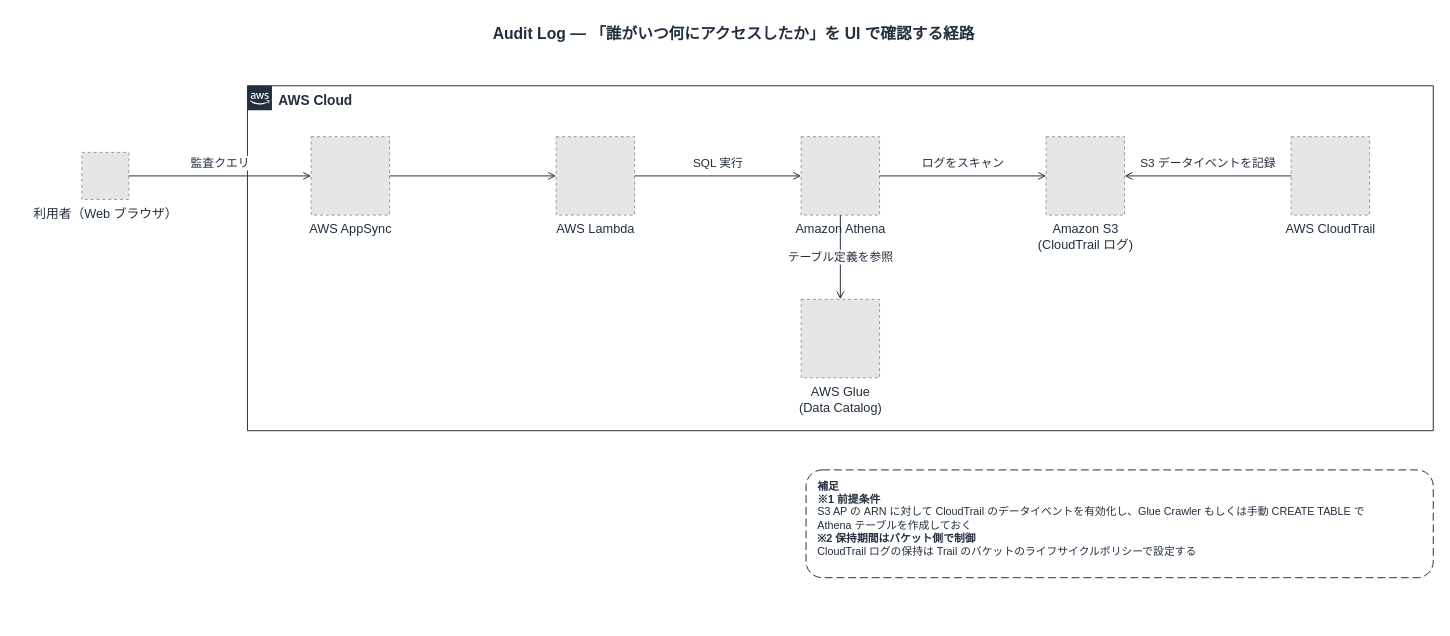
This is docs/diagrams/part2-audit-log-pipeline.drawio from Yoshiki0705/FSx-for-ONTAP-S3AccessPoints-Serverless-Patterns, a draw.io file, before an edit. Source tidied: cells renumbered, new cells numbered last; positions are measured from the earlier drawing's top-left corner, leaving out a move shared by most shapes. Both pictures are drawn from the tidied source at 98%, with x=0, y=0 at pixel (33, 17). Pictures stored in the file or linked from it are replaced by grey dashed boxes.
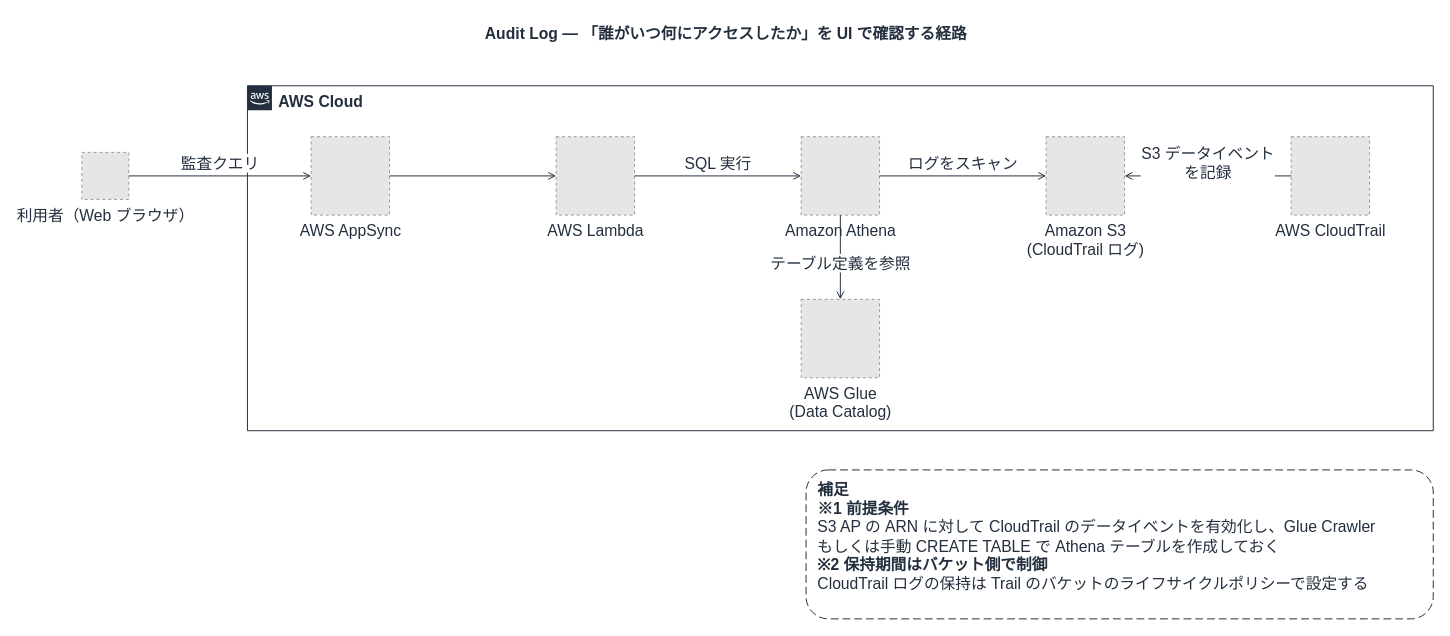
The same diagram, later.

The edit, as a diff of the source:
```diff
@@
     <mxCell id="2" value="Audit Log — 「誰がいつ何にアクセスしたか」を UI で確認する経路" style="text;html=1;align=center;verticalAlign=middle;fontSize=16;fontStyle=1;fontColor=#232F3E;" parent="1" vertex="1">
-      <mxGeometry width="1428" height="34" as="geometry" />
+      <mxGeometry x="-17" width="1445" height="34" as="geometry" />
     </mxCell>
-    <mxCell id="3" value="AWS Cloud" style="gradientColor=none;html=1;whiteSpace=wrap;fontSize=14;fontStyle=1;shape=mxgraph.aws4.group;grIcon=mxgraph.aws4.group_aws_cloud_alt;strokeColor=#232F3E;fillColor=none;verticalAlign=top;align=left;spacingLeft=30;fontColor=#232F3E;dashed=0;" parent="1" vertex="1">
+    <mxCell id="3" value="AWS Cloud" style="gradientColor=none;html=1;whiteSpace=wrap;fontSize=16;fontStyle=1;shape=mxgraph.aws4.group;grIcon=mxgraph.aws4.group_aws_cloud_alt;strokeColor=#232F3E;fillColor=none;verticalAlign=top;align=left;spacingLeft=30;fontColor=#232F3E;dashed=0;" parent="1" vertex="1">
       <mxGeometry x="218" y="70" width="1210" height="352" as="geometry" />
     </mxCell>
-    <mxCell id="4" value="利用者（Web ブラウザ）" style="fillColor=#E6E6E6;strokeColor=#999999;dashed=1;html=1;verticalLabelPosition=bottom;verticalAlign=top;labelPosition=center;align=center;fontSize=13;fontColor=#232F3E;" parent="1" vertex="1">
+    <mxCell id="4" value="利用者（Web ブラウザ）" style="fillColor=#E6E6E6;strokeColor=#999999;dashed=1;html=1;verticalLabelPosition=bottom;verticalAlign=top;labelPosition=center;align=center;fontSize=16;fontColor=#232F3E;" parent="1" vertex="1">
       <mxGeometry x="49" y="138" width="48" height="48" as="geometry" />
     </mxCell>
-    <mxCell id="5" value="AWS AppSync" style="fillColor=#E6E6E6;strokeColor=#999999;dashed=1;html=1;verticalLabelPosition=bottom;verticalAlign=top;labelPosition=center;align=center;fontSize=13;fontColor=#232F3E;" parent="1" vertex="1">
+    <mxCell id="5" value="AWS AppSync" style="fillColor=#E6E6E6;strokeColor=#999999;dashed=1;html=1;verticalLabelPosition=bottom;verticalAlign=top;labelPosition=center;align=center;fontSize=16;fontColor=#232F3E;" parent="1" vertex="1">
       <mxGeometry x="283" y="122" width="80" height="80" as="geometry" />
     </mxCell>
-    <mxCell id="6" value="AWS Lambda" style="fillColor=#E6E6E6;strokeColor=#999999;dashed=1;html=1;verticalLabelPosition=bottom;verticalAlign=top;labelPosition=center;align=center;fontSize=13;fontColor=#232F3E;" parent="1" vertex="1">
+    <mxCell id="6" value="AWS Lambda" style="fillColor=#E6E6E6;strokeColor=#999999;dashed=1;html=1;verticalLabelPosition=bottom;verticalAlign=top;labelPosition=center;align=center;fontSize=16;fontColor=#232F3E;" parent="1" vertex="1">
       <mxGeometry x="533" y="122" width="80" height="80" as="geometry" />
     </mxCell>
-    <mxCell id="7" value="Amazon Athena" style="fillColor=#E6E6E6;strokeColor=#999999;dashed=1;html=1;verticalLabelPosition=bottom;verticalAlign=top;labelPosition=center;align=center;fontSize=13;fontColor=#232F3E;" parent="1" vertex="1">
+    <mxCell id="7" value="Amazon Athena" style="fillColor=#E6E6E6;strokeColor=#999999;dashed=1;html=1;verticalLabelPosition=bottom;verticalAlign=top;labelPosition=center;align=center;fontSize=16;fontColor=#232F3E;" parent="1" vertex="1">
       <mxGeometry x="783" y="122" width="80" height="80" as="geometry" />
     </mxCell>
-    <mxCell id="8" value="AWS Glue&lt;br&gt;(Data Catalog)" style="fillColor=#E6E6E6;strokeColor=#999999;dashed=1;html=1;verticalLabelPosition=bottom;verticalAlign=top;labelPosition=center;align=center;fontSize=13;fontColor=#232F3E;" parent="1" vertex="1">
+    <mxCell id="8" value="AWS Glue&lt;br&gt;(Data Catalog)" style="fillColor=#E6E6E6;strokeColor=#999999;dashed=1;html=1;verticalLabelPosition=bottom;verticalAlign=top;labelPosition=center;align=center;fontSize=16;fontColor=#232F3E;" parent="1" vertex="1">
       <mxGeometry x="783" y="288" width="80" height="80" as="geometry" />
     </mxCell>
-    <mxCell id="9" value="Amazon S3&lt;br&gt;(CloudTrail ログ)" style="fillColor=#E6E6E6;strokeColor=#999999;dashed=1;html=1;verticalLabelPosition=bottom;verticalAlign=top;labelPosition=center;align=center;fontSize=13;fontColor=#232F3E;" parent="1" vertex="1">
+    <mxCell id="9" value="Amazon S3&lt;br&gt;(CloudTrail ログ)" style="fillColor=#E6E6E6;strokeColor=#999999;dashed=1;html=1;verticalLabelPosition=bottom;verticalAlign=top;labelPosition=center;align=center;fontSize=16;fontColor=#232F3E;" parent="1" vertex="1">
       <mxGeometry x="1033" y="122" width="80" height="80" as="geometry" />
     </mxCell>
-    <mxCell id="10" value="AWS CloudTrail" style="fillColor=#E6E6E6;strokeColor=#999999;dashed=1;html=1;verticalLabelPosition=bottom;verticalAlign=top;labelPosition=center;align=center;fontSize=13;fontColor=#232F3E;" parent="1" vertex="1">
+    <mxCell id="10" value="AWS CloudTrail" style="fillColor=#E6E6E6;strokeColor=#999999;dashed=1;html=1;verticalLabelPosition=bottom;verticalAlign=top;labelPosition=center;align=center;fontSize=16;fontColor=#232F3E;" parent="1" vertex="1">
       <mxGeometry x="1283" y="122" width="80" height="80" as="geometry" />
     </mxCell>
-    <mxCell id="11" value="監査クエリ" style="edgeStyle=orthogonalEdgeStyle;rounded=0;jettySize=auto;html=1;endArrow=open;endFill=0;strokeColor=#232F3E;strokeWidth=1;fontSize=12;fontColor=#232F3E;labelBackgroundColor=#ffffff;" parent="1" edge="1" source="4" target="5">
+    <mxCell id="11" value="監査クエリ" style="edgeStyle=orthogonalEdgeStyle;rounded=0;jettySize=auto;html=1;endArrow=open;endFill=0;strokeColor=#232F3E;strokeWidth=1;fontSize=16;fontColor=#232F3E;labelBackgroundColor=#ffffff;" parent="1" edge="1" source="4" target="5">
       <mxGeometry relative="1" as="geometry">
         <mxPoint y="-13" as="offset" />
       </mxGeometry>
     </mxCell>
-    <mxCell id="12" style="edgeStyle=orthogonalEdgeStyle;rounded=0;jettySize=auto;html=1;endArrow=open;endFill=0;strokeColor=#232F3E;strokeWidth=1;fontSize=12;fontColor=#232F3E;labelBackgroundColor=#ffffff;" parent="1" edge="1" source="5" target="6">
+    <mxCell id="12" style="edgeStyle=orthogonalEdgeStyle;rounded=0;jettySize=auto;html=1;endArrow=open;endFill=0;strokeColor=#232F3E;strokeWidth=1;fontSize=16;fontColor=#232F3E;labelBackgroundColor=#ffffff;" parent="1" edge="1" source="5" target="6">
       <mxGeometry relative="1" as="geometry" />
     </mxCell>
-    <mxCell id="13" value="SQL 実行" style="edgeStyle=orthogonalEdgeStyle;rounded=0;jettySize=auto;html=1;endArrow=open;endFill=0;strokeColor=#232F3E;strokeWidth=1;fontSize=12;fontColor=#232F3E;labelBackgroundColor=#ffffff;" parent="1" edge="1" source="6" target="7">
+    <mxCell id="13" value="SQL 実行" style="edgeStyle=orthogonalEdgeStyle;rounded=0;jettySize=auto;html=1;endArrow=open;endFill=0;strokeColor=#232F3E;strokeWidth=1;fontSize=16;fontColor=#232F3E;labelBackgroundColor=#ffffff;" parent="1" edge="1" source="6" target="7">
       <mxGeometry relative="1" as="geometry">
         <mxPoint y="-13" as="offset" />
       </mxGeometry>
     </mxCell>
-    <mxCell id="14" value="テーブル定義を参照" style="edgeStyle=orthogonalEdgeStyle;rounded=0;jettySize=auto;html=1;endArrow=open;endFill=0;strokeColor=#232F3E;strokeWidth=1;fontSize=12;fontColor=#232F3E;labelBackgroundColor=#ffffff;" parent="1" edge="1" source="7" target="8">
-      <mxGeometry relative="1" as="geometry" />
+    <mxCell id="14" value="テーブル定義を参照" style="edgeStyle=orthogonalEdgeStyle;rounded=0;jettySize=auto;html=1;endArrow=open;endFill=0;strokeColor=#232F3E;strokeWidth=1;fontSize=16;fontColor=#232F3E;labelBackgroundColor=#ffffff;" parent="1" edge="1" source="7" target="8">
+      <mxGeometry relative="1" as="geometry">
+        <mxPoint y="6" as="offset" />
+      </mxGeometry>
     </mxCell>
-    <mxCell id="15" value="ログをスキャン" style="edgeStyle=orthogonalEdgeStyle;rounded=0;jettySize=auto;html=1;endArrow=open;endFill=0;strokeColor=#232F3E;strokeWidth=1;fontSize=12;fontColor=#232F3E;labelBackgroundColor=#ffffff;" parent="1" edge="1" source="7" target="9">
+    <mxCell id="15" value="ログをスキャン" style="edgeStyle=orthogonalEdgeStyle;rounded=0;jettySize=auto;html=1;endArrow=open;endFill=0;strokeColor=#232F3E;strokeWidth=1;fontSize=16;fontColor=#232F3E;labelBackgroundColor=#ffffff;" parent="1" edge="1" source="7" target="9">
       <mxGeometry relative="1" as="geometry">
         <mxPoint y="-13" as="offset" />
       </mxGeometry>
     </mxCell>
-    <mxCell id="16" value="S3 データイベントを記録" style="edgeStyle=orthogonalEdgeStyle;rounded=0;jettySize=auto;html=1;endArrow=open;endFill=0;strokeColor=#232F3E;strokeWidth=1;fontSize=12;fontColor=#232F3E;labelBackgroundColor=#ffffff;" parent="1" edge="1" source="10" target="9">
+    <mxCell id="16" value="S3 データイベント&lt;br&gt;を記録" style="edgeStyle=orthogonalEdgeStyle;rounded=0;jettySize=auto;html=1;endArrow=open;endFill=0;strokeColor=#232F3E;strokeWidth=1;fontSize=16;fontColor=#232F3E;labelBackgroundColor=#ffffff;" parent="1" edge="1" source="10" target="9">
       <mxGeometry relative="1" as="geometry">
         <mxPoint y="-13" as="offset" />
       </mxGeometry>
     </mxCell>
-    <mxCell id="17" value="&lt;b&gt;補足&lt;/b&gt;&lt;br&gt;&lt;b&gt;※1 前提条件&lt;/b&gt;&lt;br&gt;S3 AP の ARN に対して CloudTrail のデータイベントを有効化し、Glue Crawler もしくは手動 CREATE TABLE で&lt;br&gt;Athena テーブルを作成しておく&lt;br&gt;&lt;b&gt;※2 保持期間はバケット側で制御&lt;/b&gt;&lt;br&gt;CloudTrail ログの保持は Trail のバケットのライフサイクルポリシーで設定する" style="rounded=1;whiteSpace=wrap;html=1;dashed=1;dashPattern=8 4;strokeColor=#232F3E;fillColor=#FFFFFF;align=left;verticalAlign=top;spacingLeft=10;spacingTop=4;fontSize=11;fontColor=#232F3E;" parent="1" vertex="1">
-      <mxGeometry x="788" y="462" width="640" height="110" as="geometry" />
+    <mxCell id="17" value="&lt;b&gt;補足&lt;/b&gt;&lt;br&gt;&lt;b&gt;※1 前提条件&lt;/b&gt;&lt;br&gt;S3 AP の ARN に対して CloudTrail のデータイベントを有効化し、Glue Crawler&lt;br&gt;もしくは手動 CREATE TABLE で Athena テーブルを作成しておく&lt;br&gt;&lt;b&gt;※2 保持期間はバケット側で制御&lt;/b&gt;&lt;br&gt;CloudTrail ログの保持は Trail のバケットのライフサイクルポリシーで設定する" style="rounded=1;whiteSpace=wrap;html=1;dashed=1;dashPattern=8 4;strokeColor=#232F3E;fillColor=#FFFFFF;align=left;verticalAlign=top;spacingLeft=10;spacingTop=4;fontSize=16;fontColor=#232F3E;" parent="1" vertex="1">
+      <mxGeometry x="788" y="462" width="640" height="152" as="geometry" />
     </mxCell>
```
